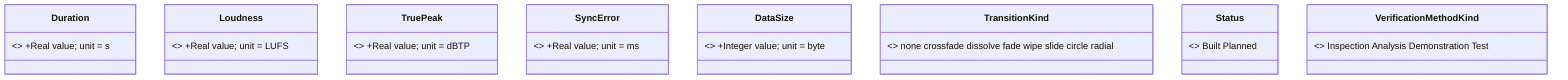
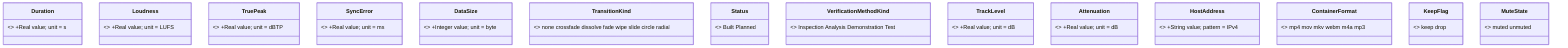
classDiagram
  class Duration { <<valueType>> +Real value; unit = s }
  class Loudness { <<valueType>> +Real value; unit = LUFS }
  class TruePeak { <<valueType>> +Real value; unit = dBTP }
  class SyncError { <<valueType>> +Real value; unit = ms }
  class DataSize { <<valueType>> +Integer value; unit = byte }
  class TransitionKind { <<enumeration>> none crossfade dissolve fade wipe slide circle radial }
  class Status { <<enumeration>> Built Planned }
  class VerificationMethodKind { <<enumeration>> Inspection Analysis Demonstration Test }
+   class TrackLevel { <<valueType>> +Real value; unit = dB }
+   class Attenuation { <<valueType>> +Real value; unit = dB }
+   class HostAddress { <<valueType>> +String value; pattern = IPv4 }
+   class ContainerFormat { <<enumeration>> mp4 mov mkv webm m4a mp3 }
+   class KeepFlag { <<enumeration>> keep drop }
+   class MuteState { <<enumeration>> muted unmuted }
